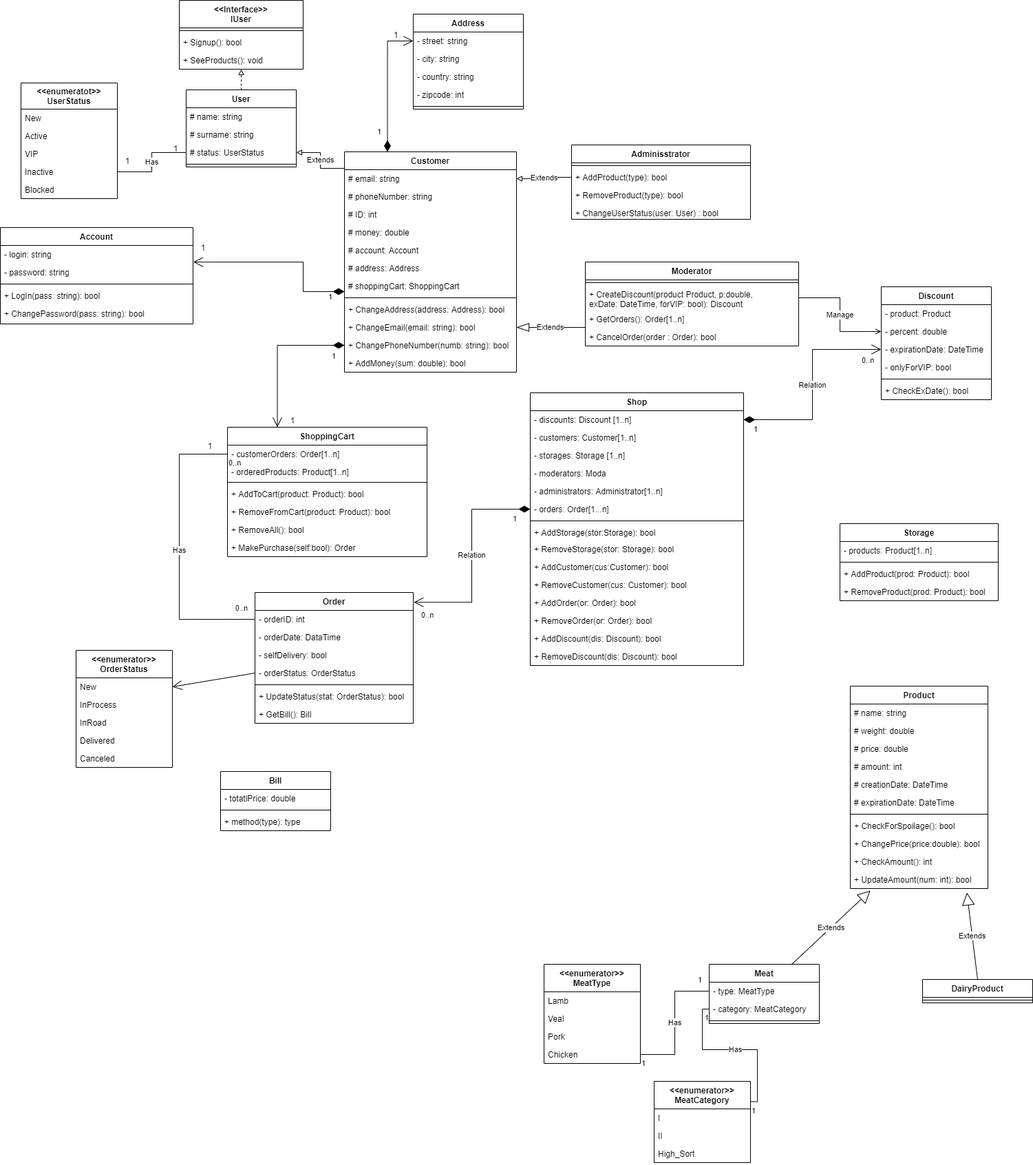
The draw.io diagram ShopConseptualUML.drawio.png in olh-msk/SigmaTask10, before a commit. Source tidied: cells renumbered, new cells last; positions are measured from the earlier drawing's top-left corner, leaving out a move shared by most shapes.
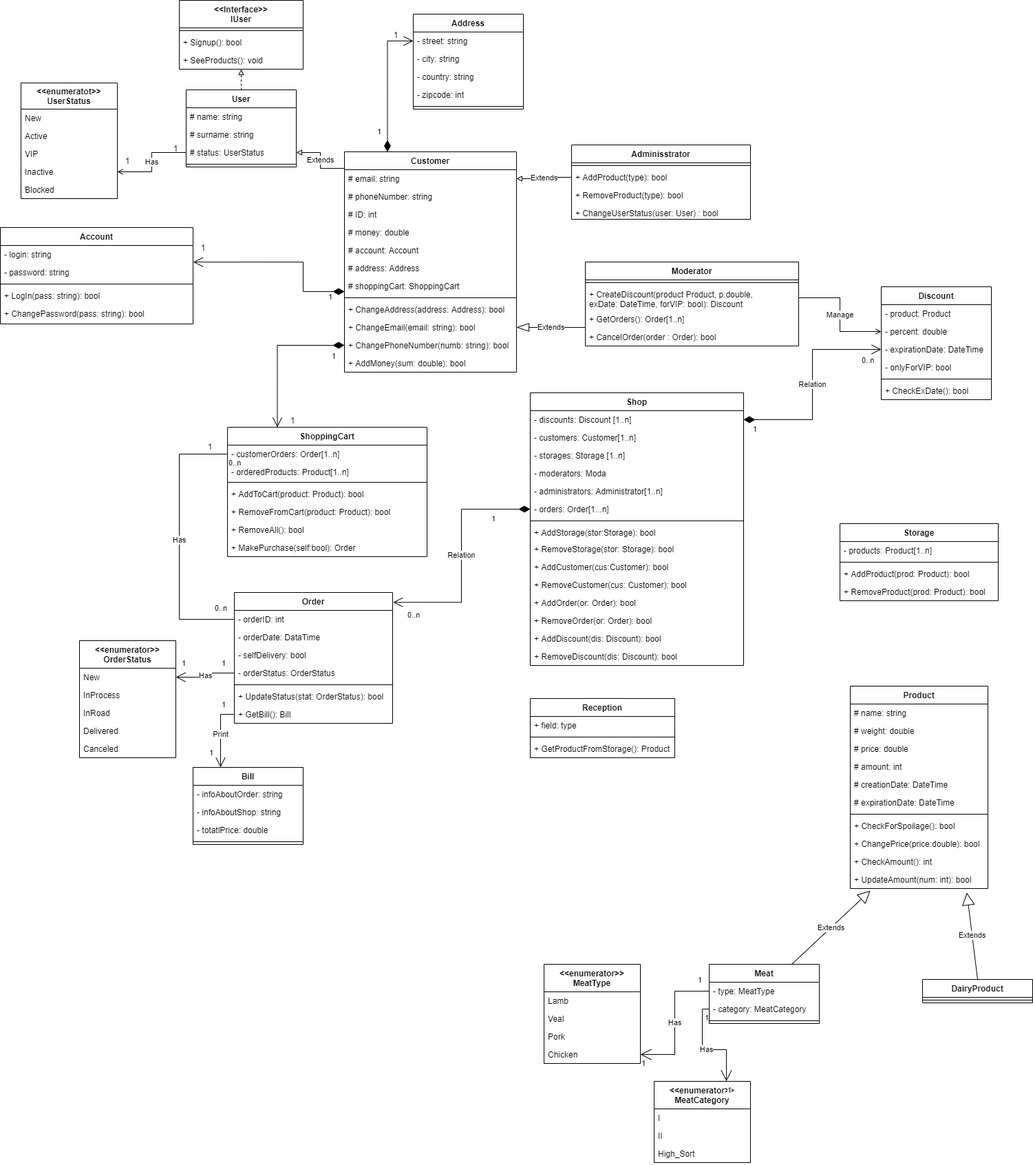
Later version of the same file.

Change to the diagram source:
```diff
@@ -52,7 +52,7 @@
         </Array>
       </mxGeometry>
     </mxCell>
-    <mxCell id="17" value="Has" style="edgeStyle=orthogonalEdgeStyle;rounded=0;jettySize=auto;html=1;endArrow=none;endFill=0;exitX=0;exitY=0.5;exitDx=0;exitDy=0;" parent="1" edge="1" source="21" target="61">
+    <mxCell id="17" value="Has" style="edgeStyle=orthogonalEdgeStyle;rounded=0;jettySize=auto;html=1;endArrow=open;endFill=0;exitX=0;exitY=0.5;exitDx=0;exitDy=0;startArrow=none;startFill=0;" parent="1" edge="1" source="21" target="61">
       <mxGeometry relative="1" as="geometry" />
     </mxCell>
     <mxCell id="18" value="User" style="swimlane;fontStyle=1;align=center;verticalAlign=top;horizontal=1;startSize=26;" parent="1" vertex="1">
@@ -271,19 +271,22 @@
       <mxGeometry y="268" width="200" height="26" as="geometry" />
     </mxCell>
     <mxCell id="87" value="Bill" style="swimlane;fontStyle=1;align=center;verticalAlign=top;horizontal=1;startSize=26;" parent="1" vertex="1">
-      <mxGeometry x="320" y="1120" width="160" height="86" as="geometry" />
+      <mxGeometry x="280" y="1114" width="160" height="112" as="geometry" />
     </mxCell>
+    <mxCell id="166" value="- infoAboutOrder: string" style="text;strokeColor=none;fillColor=none;align=left;verticalAlign=top;spacingLeft=4;spacingRight=4;overflow=hidden;" parent="87" vertex="1">
+      <mxGeometry y="26" width="160" height="26" as="geometry" />
+    </mxCell>
+    <mxCell id="167" value="- infoAboutShop: string" style="text;strokeColor=none;fillColor=none;align=left;verticalAlign=top;spacingLeft=4;spacingRight=4;overflow=hidden;" parent="87" vertex="1">
+      <mxGeometry y="52" width="160" height="26" as="geometry" />
+    </mxCell>
-    <mxCell id="88" value="- totatlPrice: double" style="text;strokeColor=none;fillColor=none;align=left;verticalAlign=top;spacingLeft=4;spacingRight=4;overflow=hidden;" parent="87" vertex="1">
-      <mxGeometry y="26" width="160" height="26" as="geometry" />
+    <mxCell id="88" value="- totatlPrice: double&#10;" style="text;strokeColor=none;fillColor=none;align=left;verticalAlign=top;spacingLeft=4;spacingRight=4;overflow=hidden;" parent="87" vertex="1">
+      <mxGeometry y="78" width="160" height="26" as="geometry" />
     </mxCell>
     <mxCell id="89" style="line;strokeWidth=1;fillColor=none;align=left;verticalAlign=middle;spacingTop=-1;spacingLeft=3;spacingRight=3;labelPosition=right;" parent="87" vertex="1">
-      <mxGeometry y="52" width="160" height="8" as="geometry" />
+      <mxGeometry y="104" width="160" height="8" as="geometry" />
     </mxCell>
-    <mxCell id="90" value="+ method(type): type" style="text;strokeColor=none;fillColor=none;align=left;verticalAlign=top;spacingLeft=4;spacingRight=4;overflow=hidden;" parent="87" vertex="1">
-      <mxGeometry y="60" width="160" height="26" as="geometry" />
-    </mxCell>
     <mxCell id="91" value="Order" style="swimlane;fontStyle=1;align=center;verticalAlign=top;horizontal=1;startSize=26;" parent="1" vertex="1">
-      <mxGeometry x="370" y="860" width="230" height="190" as="geometry" />
+      <mxGeometry x="340" y="860" width="230" height="190" as="geometry" />
     </mxCell>
     <mxCell id="92" value="- orderID: int" style="text;strokeColor=none;fillColor=none;align=left;verticalAlign=top;spacingLeft=4;spacingRight=4;overflow=hidden;points=[[0,0.5],[1,0.5]];portConstraint=eastwest;" parent="91" vertex="1">
       <mxGeometry y="26" width="230" height="26" as="geometry" />
@@ -381,7 +384,7 @@
       <mxGeometry y="138" width="160" height="26" as="geometry" />
     </mxCell>
     <mxCell id="123" value="&lt;&lt;enumerator&gt;&gt;&#10;OrderStatus" style="swimlane;fontStyle=1;horizontal=1;startSize=40;fillColor=none;" parent="1" vertex="1">
-      <mxGeometry x="110" y="944" width="140" height="170" as="geometry" />
+      <mxGeometry x="115" y="930" width="140" height="170" as="geometry" />
     </mxCell>
     <mxCell id="124" value="New" style="text;strokeColor=none;fillColor=none;align=left;verticalAlign=top;spacingLeft=4;spacingRight=4;overflow=hidden;points=[[0,0.5],[1,0.5]];portConstraint=eastwest;" parent="123" vertex="1">
       <mxGeometry y="40" width="140" height="26" as="geometry" />
@@ -476,7 +479,7 @@
     </mxCell>
     <mxCell id="152" value="0..n" style="edgeLabel;html=1;align=left;verticalAlign=top;" parent="151" vertex="1">
       <mxGeometry x="-1" relative="1" as="geometry">
-        <mxPoint x="-160" y="141" as="offset" />
+        <mxPoint x="-180" y="141" as="offset" />
       </mxGeometry>
     </mxCell>
     <mxCell id="153" value="1" style="edgeLabel;html=1;align=right;verticalAlign=top;" parent="151" vertex="1">
@@ -484,9 +487,6 @@
         <mxPoint x="150" y="-134" as="offset" />
       </mxGeometry>
     </mxCell>
-    <mxCell id="154" style="endArrow=open;endFill=1;endSize=12;html=1;rounded=0;exitX=0;exitY=0.5;exitDx=0;exitDy=0;entryX=1;entryY=0.5;entryDx=0;entryDy=0;" parent="1" edge="1" source="95" target="124">
-      <mxGeometry relative="1" as="geometry" />
-    </mxCell>
     <mxCell id="155" value="Relation" style="endArrow=open;html=1;endSize=12;startArrow=diamondThin;startSize=14;startFill=1;edgeStyle=orthogonalEdgeStyle;rounded=0;exitX=1;exitY=0.5;exitDx=0;exitDy=0;entryX=0;entryY=0.5;entryDx=0;entryDy=0;" parent="1" edge="1" source="100" target="119">
       <mxGeometry relative="1" as="geometry" />
     </mxCell>
@@ -500,7 +500,7 @@
         <mxPoint x="-180" y="103" as="offset" />
       </mxGeometry>
     </mxCell>
-    <mxCell id="158" value="Has" style="endArrow=none;html=1;endSize=12;startArrow=none;startSize=14;startFill=0;edgeStyle=orthogonalEdgeStyle;rounded=0;strokeWidth=1;exitX=1;exitY=0.25;exitDx=0;exitDy=0;entryX=0;entryY=0.5;entryDx=0;entryDy=0;endFill=0;" parent="1" edge="1" source="138" target="134">
+    <mxCell id="158" value="Has" style="endArrow=none;html=1;endSize=12;startArrow=open;startSize=14;startFill=0;edgeStyle=orthogonalEdgeStyle;rounded=0;strokeWidth=1;exitX=0.75;exitY=0;exitDx=0;exitDy=0;entryX=0;entryY=0.5;entryDx=0;entryDy=0;endFill=0;" parent="1" edge="1" source="138" target="134">
       <mxGeometry relative="1" as="geometry" />
     </mxCell>
     <mxCell id="159" value="1" style="edgeLabel;html=1;align=left;verticalAlign=top;" parent="158" vertex="1">
@@ -509,7 +509,7 @@
     <mxCell id="160" value="1" style="edgeLabel;html=1;align=right;verticalAlign=top;" parent="158" vertex="1">
       <mxGeometry x="1" relative="1" as="geometry" />
     </mxCell>
-    <mxCell id="161" value="Has" style="endArrow=none;html=1;endSize=12;startArrow=none;startSize=14;startFill=0;edgeStyle=orthogonalEdgeStyle;rounded=0;strokeWidth=1;exitX=1;exitY=0.5;exitDx=0;exitDy=0;entryX=0;entryY=0.5;entryDx=0;entryDy=0;endFill=0;" parent="1" edge="1" source="146" target="133">
+    <mxCell id="161" value="Has" style="endArrow=none;html=1;endSize=12;startArrow=open;startSize=14;startFill=0;edgeStyle=orthogonalEdgeStyle;rounded=0;strokeWidth=1;exitX=1;exitY=0.5;exitDx=0;exitDy=0;entryX=0;entryY=0.5;entryDx=0;entryDy=0;endFill=0;" parent="1" edge="1" source="146" target="133">
       <mxGeometry relative="1" as="geometry" />
     </mxCell>
     <mxCell id="162" value="1" style="edgeLabel;html=1;align=left;verticalAlign=top;" parent="161" vertex="1">
@@ -526,5 +526,43 @@
     <mxCell id="165" value="Extends" style="endArrow=block;endSize=16;endFill=0;html=1;rounded=0;strokeWidth=1;exitX=0.5;exitY=0;exitDx=0;exitDy=0;entryX=0.847;entryY=1.226;entryDx=0;entryDy=0;entryPerimeter=0;" parent="1" edge="1" source="136" target="86">
       <mxGeometry relative="1" as="geometry" />
     </mxCell>
+    <mxCell id="168" value="Print" style="endArrow=open;html=1;endSize=12;startArrow=none;startSize=14;startFill=0;edgeStyle=orthogonalEdgeStyle;rounded=0;strokeWidth=1;exitX=0;exitY=0.5;exitDx=0;exitDy=0;entryX=0.25;entryY=0;entryDx=0;entryDy=0;" parent="1" edge="1" source="98" target="87">
+      <mxGeometry relative="1" as="geometry" />
+    </mxCell>
+    <mxCell id="169" value="1" style="edgeLabel;html=1;align=left;verticalAlign=top;" parent="168" vertex="1">
+      <mxGeometry x="-1" relative="1" as="geometry">
+        <mxPoint x="-20" y="-27" as="offset" />
+      </mxGeometry>
+    </mxCell>
+    <mxCell id="170" value="1" style="edgeLabel;html=1;align=right;verticalAlign=top;" parent="168" vertex="1">
+      <mxGeometry x="1" relative="1" as="geometry">
+        <mxPoint x="-10" y="-34" as="offset" />
+      </mxGeometry>
+    </mxCell>
+    <mxCell id="154" value="Has" style="endArrow=open;html=1;endSize=12;startArrow=none;startSize=14;startFill=0;edgeStyle=orthogonalEdgeStyle;rounded=0;strokeWidth=1;exitX=0;exitY=0.5;exitDx=0;exitDy=0;entryX=1;entryY=0.5;entryDx=0;entryDy=0;" parent="1" edge="1" source="95" target="124">
+      <mxGeometry relative="1" as="geometry" />
+    </mxCell>
+    <mxCell id="171" value="1" style="edgeLabel;html=1;align=left;verticalAlign=top;" parent="154" vertex="1">
+      <mxGeometry x="-1" relative="1" as="geometry">
+        <mxPoint x="-20" y="-27" as="offset" />
+      </mxGeometry>
+    </mxCell>
+    <mxCell id="172" value="1" style="edgeLabel;html=1;align=right;verticalAlign=top;" parent="154" vertex="1">
+      <mxGeometry x="1" relative="1" as="geometry">
+        <mxPoint x="15" y="-33" as="offset" />
+      </mxGeometry>
+    </mxCell>
+    <mxCell id="173" value="Reception" style="swimlane;fontStyle=1;align=center;verticalAlign=top;horizontal=1;startSize=26;" parent="1" vertex="1">
+      <mxGeometry x="770" y="1014" width="210" height="86" as="geometry" />
+    </mxCell>
+    <mxCell id="174" value="+ field: type" style="text;strokeColor=none;fillColor=none;align=left;verticalAlign=top;spacingLeft=4;spacingRight=4;overflow=hidden;" parent="173" vertex="1">
+      <mxGeometry y="26" width="210" height="26" as="geometry" />
+    </mxCell>
+    <mxCell id="175" style="line;strokeWidth=1;fillColor=none;align=left;verticalAlign=middle;spacingTop=-1;spacingLeft=3;spacingRight=3;labelPosition=right;" parent="173" vertex="1">
+      <mxGeometry y="52" width="210" height="8" as="geometry" />
+    </mxCell>
+    <mxCell id="176" value="+ GetProductFromStorage(): Product" style="text;strokeColor=none;fillColor=none;align=left;verticalAlign=top;spacingLeft=4;spacingRight=4;overflow=hidden;" parent="173" vertex="1">
+      <mxGeometry y="60" width="210" height="26" as="geometry" />
+    </mxCell>
   </root>
 </mxGraphModel>
```
